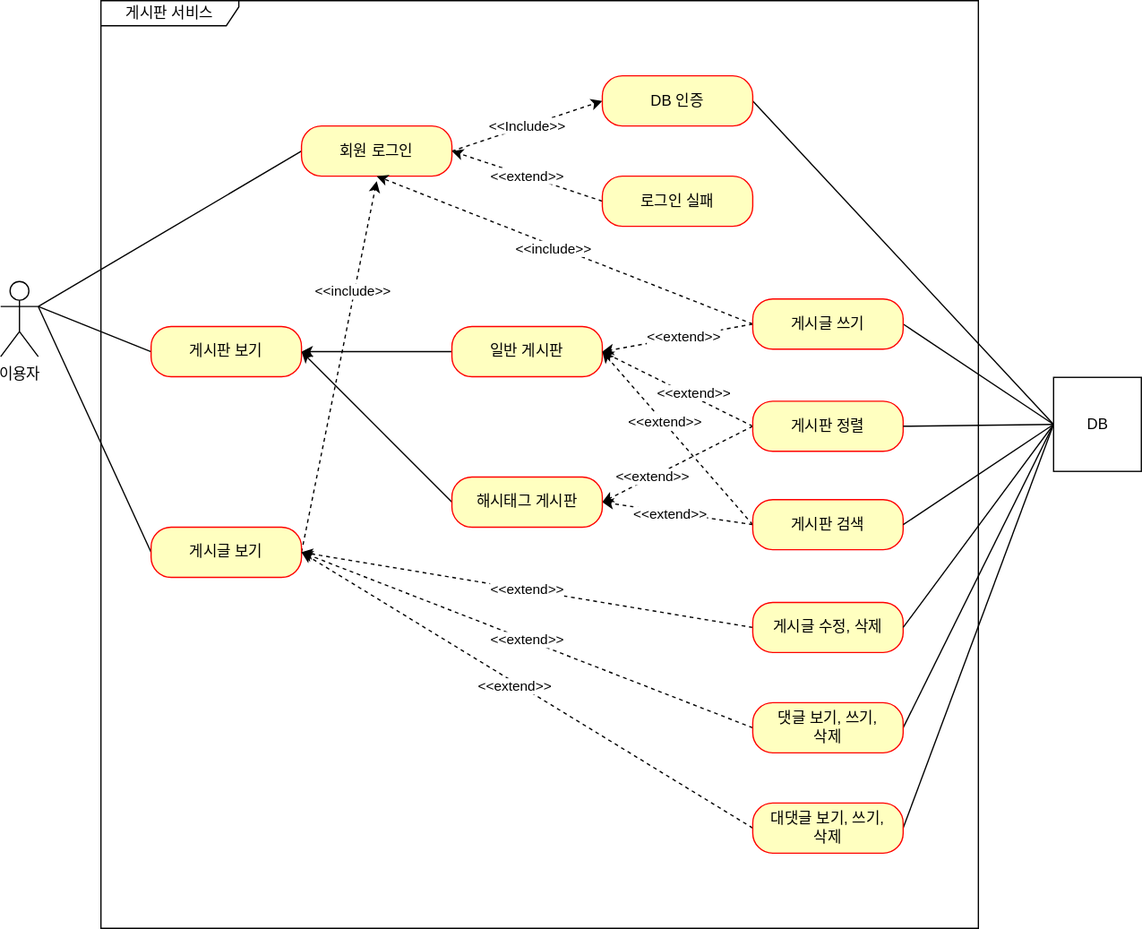
Above: document/use-case.svg in Lim-Byeong-Kuk/study-project-board (draw.io), before the change. Source tidied: cells renumbered, new cells last; positions are measured from the earlier drawing's top-left corner, leaving out a move shared by most shapes.
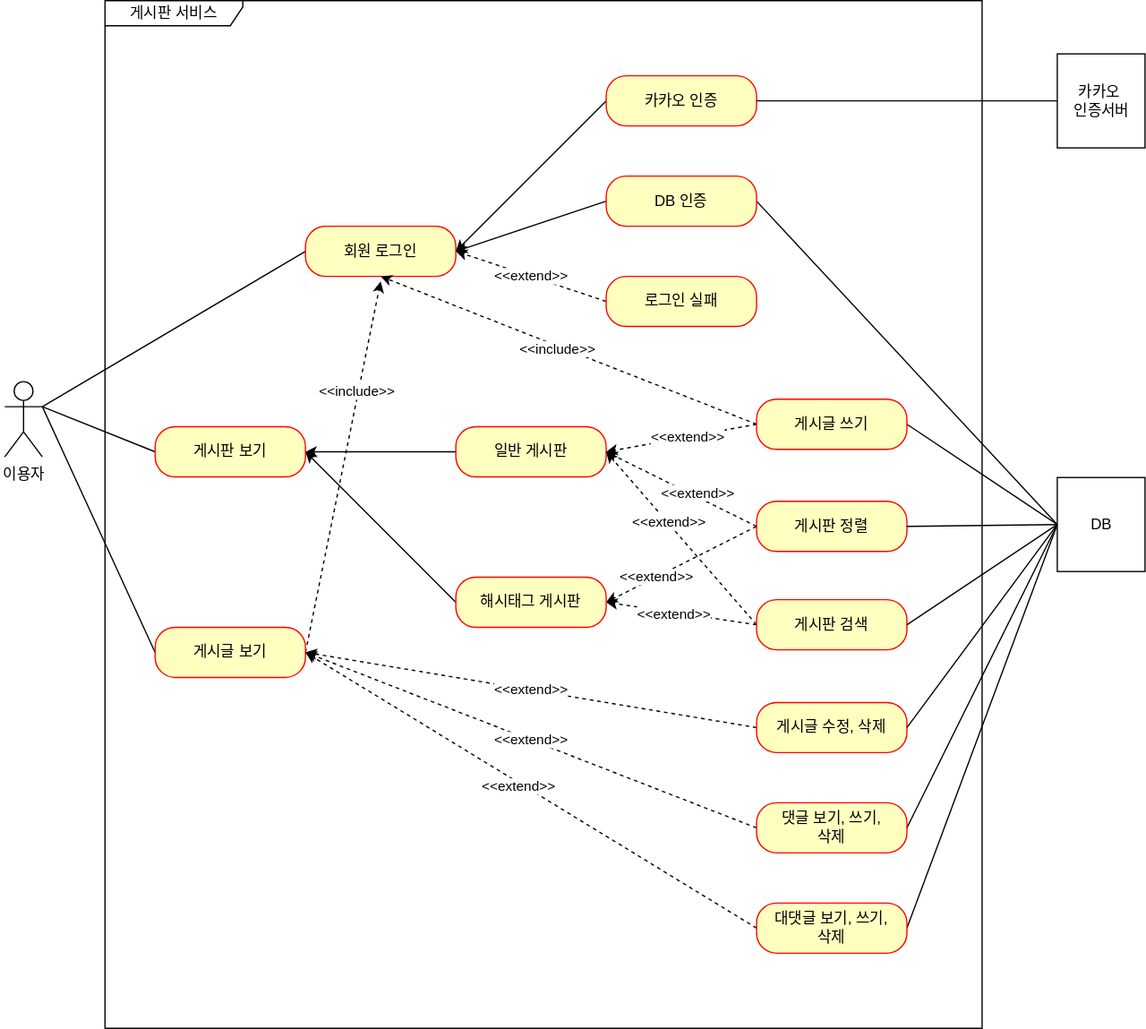
Above is the later version.

Commit message:
#56 - use-case.svg: 카카오 인증 유즈 케이스 추가(대댓글은 미리 표현하였음)

Diff of the diagram source:
```diff
@@ -6,7 +6,7 @@
       <mxGeometry y="224" width="30" height="60" as="geometry" />
     </mxCell>
     <mxCell id="3" value="게시판 서비스" style="shape=umlFrame;whiteSpace=wrap;html=1;width=110;height=20;" parent="1" vertex="1">
-      <mxGeometry x="80" width="700" height="740" as="geometry" />
+      <mxGeometry x="80" y="-80" width="700" height="820" as="geometry" />
     </mxCell>
     <mxCell id="4" style="rounded=0;jettySize=auto;html=1;exitX=0;exitY=0.5;exitDx=0;exitDy=0;entryX=1;entryY=0.5;entryDx=0;entryDy=0;" parent="1" edge="1" source="5" target="7">
       <mxGeometry relative="1" as="geometry" />
@@ -41,15 +41,15 @@
         <mxPoint x="30" y="244" as="targetPoint" />
       </mxGeometry>
     </mxCell>
-    <mxCell id="13" value="&amp;lt;&amp;lt;Include&amp;gt;&amp;gt;" style="rounded=0;jettySize=auto;html=1;exitX=1;exitY=0.5;exitDx=0;exitDy=0;entryX=0;entryY=0.5;entryDx=0;entryDy=0;dashed=1;" parent="1" edge="1" source="14" target="16">
-      <mxGeometry relative="1" as="geometry" />
-    </mxCell>
     <mxCell id="14" value="회원 로그인" style="rounded=1;whiteSpace=wrap;html=1;arcSize=40;fontColor=#000000;fillColor=#ffffc0;strokeColor=#ff0000;" parent="1" vertex="1">
       <mxGeometry x="240" y="100" width="120" height="40" as="geometry" />
     </mxCell>
     <mxCell id="15" style="edgeStyle=none;rounded=0;jettySize=auto;html=1;exitX=1;exitY=0.5;exitDx=0;exitDy=0;entryX=0;entryY=0.5;entryDx=0;entryDy=0;endArrow=none;endFill=0;" parent="1" edge="1" source="16" target="39">
       <mxGeometry relative="1" as="geometry" />
     </mxCell>
+    <mxCell id="52" style="rounded=0;jettySize=auto;html=1;exitX=0;exitY=0.5;exitDx=0;exitDy=0;entryX=1;entryY=0.5;entryDx=0;entryDy=0;" parent="1" edge="1" source="16" target="14">
+      <mxGeometry relative="1" as="geometry" />
+    </mxCell>
     <mxCell id="16" value="DB 인증" style="rounded=1;whiteSpace=wrap;html=1;arcSize=40;fontColor=#000000;fillColor=#ffffc0;strokeColor=#ff0000;" parent="1" vertex="1">
       <mxGeometry x="480" y="60" width="120" height="40" as="geometry" />
     </mxCell>
@@ -162,5 +162,17 @@
     <mxCell id="51" value="대댓글 보기, 쓰기,&lt;br&gt;삭제" style="rounded=1;whiteSpace=wrap;html=1;arcSize=40;fontColor=#000000;fillColor=#ffffc0;strokeColor=#ff0000;" parent="1" vertex="1">
       <mxGeometry x="600" y="640" width="120" height="40" as="geometry" />
     </mxCell>
+    <mxCell id="53" style="rounded=0;jettySize=auto;html=1;exitX=0;exitY=0.5;exitDx=0;exitDy=0;entryX=1;entryY=0.5;entryDx=0;entryDy=0;" parent="1" edge="1" source="54" target="14">
+      <mxGeometry relative="1" as="geometry" />
+    </mxCell>
+    <mxCell id="54" value="카카오&lt;span style=&quot;background-color: initial;&quot;&gt;&amp;nbsp;인증&lt;/span&gt;" style="rounded=1;whiteSpace=wrap;html=1;arcSize=40;fontColor=#000000;fillColor=#ffffc0;strokeColor=#ff0000;" parent="1" vertex="1">
+      <mxGeometry x="480" y="-20" width="120" height="40" as="geometry" />
+    </mxCell>
+    <mxCell id="55" style="edgeStyle=orthogonalEdgeStyle;rounded=0;jettySize=auto;html=1;exitX=0;exitY=0.5;exitDx=0;exitDy=0;entryX=1;entryY=0.5;entryDx=0;entryDy=0;endArrow=none;endFill=0;" parent="1" edge="1" source="56" target="54">
+      <mxGeometry relative="1" as="geometry" />
+    </mxCell>
+    <mxCell id="56" value="카카오&amp;nbsp;&lt;div&gt;인증서버&lt;/div&gt;" style="html=1;" parent="1" vertex="1">
+      <mxGeometry x="840" y="-37.5" width="70" height="75" as="geometry" />
+    </mxCell>
   </root>
 </mxGraphModel>
```
